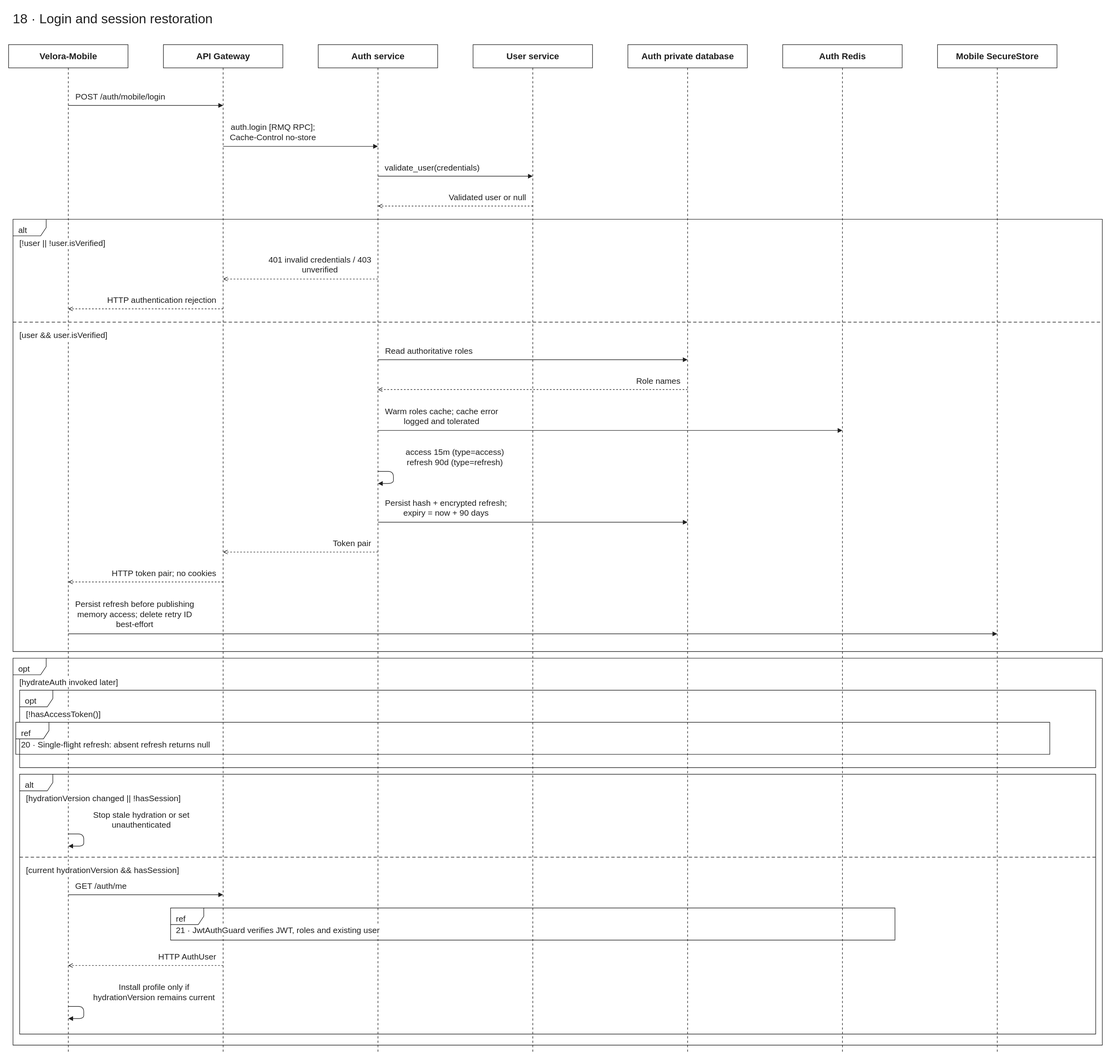
HieuCuteDangYeu/velora-backend keeps this draw.io diagram as docs/diagrams/velora-current/importable-svg/18-auth-login.drawio.svg. Above is the earlier version. Source tidied: cells renumbered, new cells last; positions are measured from the earlier drawing's top-left corner, leaving out a move shared by most shapes.
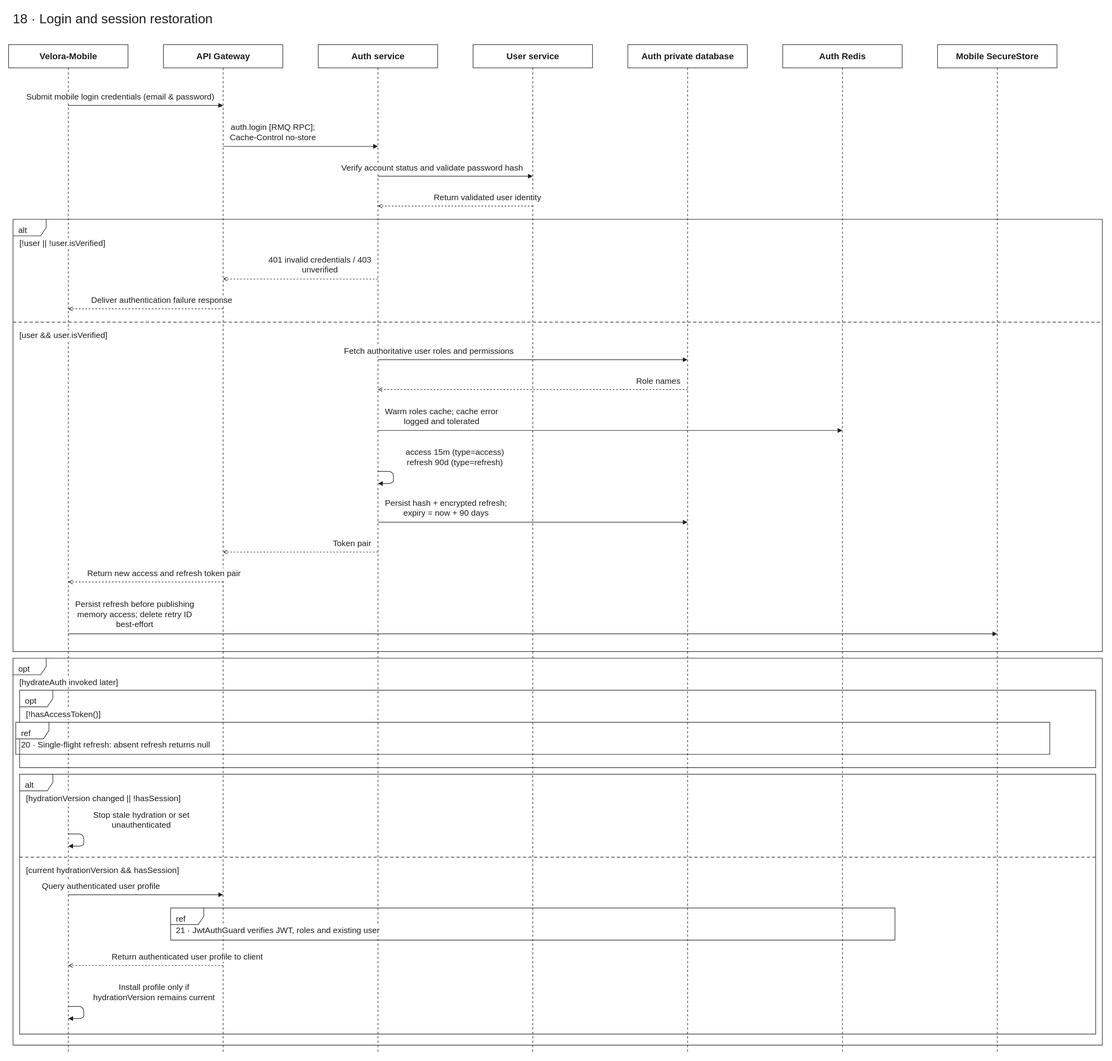
Later version of the same file.

The edit, as a diff of the source:
```diff
@@ -89,25 +89,25 @@
         <mxPoint x="1788" y="1887" as="targetPoint" />
       </mxGeometry>
     </mxCell>
-    <mxCell id="22" value="POST /auth/mobile/login" style="html=1;strokeColor=light-dark(#202020,#eeeeee);strokeWidth=1;fontColor=light-dark(#202020,#eeeeee);fontSize=15;labelBackgroundColor=light-dark(#ffffff,#181818);labelBorderColor=none;spacing=0;align=center;verticalAlign=middle;endArrow=block;endFill=1;labelWidth=171;fontFamily=Arial;" parent="1" edge="1">
+    <mxCell id="22" value="Submit mobile login credentials (email &amp;amp; password)" style="html=1;strokeColor=light-dark(#202020,#eeeeee);strokeWidth=1;fontColor=light-dark(#202020,#eeeeee);fontSize=15;labelBackgroundColor=light-dark(#ffffff,#181818);labelBorderColor=none;spacing=0;align=center;verticalAlign=middle;endArrow=block;endFill=1;labelWidth=171;fontFamily=Arial;" parent="1" edge="1">
       <mxGeometry x="-0.33" y="16" relative="1" as="geometry">
         <mxPoint x="108" y="175" as="sourcePoint" />
         <mxPoint x="388" y="175" as="targetPoint" />
       </mxGeometry>
     </mxCell>
-    <mxCell id="23" value="auth.login [RMQ RPC];&lt;br&gt;Cache-Control no-store" style="html=1;strokeColor=light-dark(#202020,#eeeeee);strokeWidth=1;fontColor=light-dark(#202020,#eeeeee);fontSize=15;labelBackgroundColor=light-dark(#ffffff,#181818);labelBorderColor=none;spacing=0;align=center;verticalAlign=middle;endArrow=block;endFill=1;labelWidth=164;fontFamily=Arial;" parent="1" edge="1">
+    <mxCell id="23" value="Authenticate user credentials via RabbitMQ" style="html=1;strokeColor=light-dark(#202020,#eeeeee);strokeWidth=1;fontColor=light-dark(#202020,#eeeeee);fontSize=15;labelBackgroundColor=light-dark(#ffffff,#181818);labelBorderColor=none;spacing=0;align=center;verticalAlign=middle;endArrow=block;endFill=1;labelWidth=164;fontFamily=Arial;" parent="1" edge="1">
       <mxGeometry x="-0.36" y="26" relative="1" as="geometry">
         <mxPoint x="388" y="249" as="sourcePoint" />
         <mxPoint x="668" y="249" as="targetPoint" />
       </mxGeometry>
     </mxCell>
-    <mxCell id="24" value="validate_user(credentials)" style="html=1;strokeColor=light-dark(#202020,#eeeeee);strokeWidth=1;fontColor=light-dark(#202020,#eeeeee);fontSize=15;labelBackgroundColor=light-dark(#ffffff,#181818);labelBorderColor=none;spacing=0;align=center;verticalAlign=middle;endArrow=block;endFill=1;labelWidth=180;fontFamily=Arial;" parent="1" edge="1">
+    <mxCell id="24" value="Verify account status and validate password hash" style="html=1;strokeColor=light-dark(#202020,#eeeeee);strokeWidth=1;fontColor=light-dark(#202020,#eeeeee);fontSize=15;labelBackgroundColor=light-dark(#ffffff,#181818);labelBorderColor=none;spacing=0;align=center;verticalAlign=middle;endArrow=block;endFill=1;labelWidth=180;fontFamily=Arial;" parent="1" edge="1">
       <mxGeometry x="-0.3" y="16" relative="1" as="geometry">
         <mxPoint x="668" y="303" as="sourcePoint" />
         <mxPoint x="948" y="303" as="targetPoint" />
       </mxGeometry>
     </mxCell>
-    <mxCell id="25" value="Validated user or null" style="html=1;strokeColor=light-dark(#202020,#eeeeee);strokeWidth=1;fontColor=light-dark(#202020,#eeeeee);fontSize=15;labelBackgroundColor=light-dark(#ffffff,#181818);labelBorderColor=none;spacing=0;align=center;verticalAlign=middle;endArrow=open;endFill=0;dashed=1;labelWidth=148;fontFamily=Arial;" parent="1" edge="1">
+    <mxCell id="25" value="Return validated user identity" style="html=1;strokeColor=light-dark(#202020,#eeeeee);strokeWidth=1;fontColor=light-dark(#202020,#eeeeee);fontSize=15;labelBackgroundColor=light-dark(#ffffff,#181818);labelBorderColor=none;spacing=0;align=center;verticalAlign=middle;endArrow=open;endFill=0;dashed=1;labelWidth=148;fontFamily=Arial;" parent="1" edge="1">
       <mxGeometry x="-0.41" y="-16" relative="1" as="geometry">
         <mxPoint x="948" y="357" as="sourcePoint" />
         <mxPoint x="668" y="357" as="targetPoint" />
@@ -116,13 +116,13 @@
     <mxCell id="26" value="[!user || !user.isVerified]" style="text;html=1;whiteSpace=wrap;fontSize=15;align=left;verticalAlign=top;spacing=0;fontColor=light-dark(#202020,#eeeeee);fillColor=none;labelBackgroundColor=light-dark(#ffffff,#181818);strokeColor=none;fontFamily=Arial;" parent="1" vertex="1">
       <mxGeometry x="20" y="411" width="160" height="22" as="geometry" />
     </mxCell>
-    <mxCell id="27" value="401 invalid credentials / 403&lt;br&gt;unverified" style="html=1;strokeColor=light-dark(#202020,#eeeeee);strokeWidth=1;fontColor=light-dark(#202020,#eeeeee);fontSize=15;labelBackgroundColor=light-dark(#ffffff,#181818);labelBorderColor=none;spacing=0;align=center;verticalAlign=middle;endArrow=open;endFill=0;dashed=1;labelWidth=194;fontFamily=Arial;" parent="1" edge="1">
+    <mxCell id="27" value="Reject invalid credentials or unverified account" style="html=1;strokeColor=light-dark(#202020,#eeeeee);strokeWidth=1;fontColor=light-dark(#202020,#eeeeee);fontSize=15;labelBackgroundColor=light-dark(#ffffff,#181818);labelBorderColor=none;spacing=0;align=center;verticalAlign=middle;endArrow=open;endFill=0;dashed=1;labelWidth=194;fontFamily=Arial;" parent="1" edge="1">
       <mxGeometry x="-0.25" y="-26" relative="1" as="geometry">
         <mxPoint x="668" y="489" as="sourcePoint" />
         <mxPoint x="388" y="489" as="targetPoint" />
       </mxGeometry>
     </mxCell>
-    <mxCell id="28" value="HTTP authentication rejection" style="html=1;strokeColor=light-dark(#202020,#eeeeee);strokeWidth=1;fontColor=light-dark(#202020,#eeeeee);fontSize=15;labelBackgroundColor=light-dark(#ffffff,#181818);labelBorderColor=none;spacing=0;align=center;verticalAlign=middle;endArrow=open;endFill=0;dashed=1;labelWidth=206;fontFamily=Arial;" parent="1" edge="1">
+    <mxCell id="28" value="Deliver authentication failure response" style="html=1;strokeColor=light-dark(#202020,#eeeeee);strokeWidth=1;fontColor=light-dark(#202020,#eeeeee);fontSize=15;labelBackgroundColor=light-dark(#ffffff,#181818);labelBorderColor=none;spacing=0;align=center;verticalAlign=middle;endArrow=open;endFill=0;dashed=1;labelWidth=206;fontFamily=Arial;" parent="1" edge="1">
       <mxGeometry x="-0.21" y="-16" relative="1" as="geometry">
         <mxPoint x="388" y="543" as="sourcePoint" />
         <mxPoint x="108" y="543" as="targetPoint" />
@@ -131,7 +131,7 @@
     <mxCell id="29" value="[user &amp;amp;&amp;amp; user.isVerified]" style="text;html=1;whiteSpace=wrap;fontSize=15;align=left;verticalAlign=top;spacing=0;fontColor=light-dark(#202020,#eeeeee);fillColor=none;labelBackgroundColor=light-dark(#ffffff,#181818);strokeColor=none;fontFamily=Arial;" parent="1" vertex="1">
       <mxGeometry x="20" y="577" width="164" height="22" as="geometry" />
     </mxCell>
-    <mxCell id="30" value="Read authoritative roles" style="html=1;strokeColor=light-dark(#202020,#eeeeee);strokeWidth=1;fontColor=light-dark(#202020,#eeeeee);fontSize=15;labelBackgroundColor=light-dark(#ffffff,#181818);labelBorderColor=none;spacing=0;align=center;verticalAlign=middle;endArrow=block;endFill=1;labelWidth=167;fontFamily=Arial;" parent="1" edge="1">
+    <mxCell id="30" value="Fetch authoritative user roles and permissions" style="html=1;strokeColor=light-dark(#202020,#eeeeee);strokeWidth=1;fontColor=light-dark(#202020,#eeeeee);fontSize=15;labelBackgroundColor=light-dark(#ffffff,#181818);labelBorderColor=none;spacing=0;align=center;verticalAlign=middle;endArrow=block;endFill=1;labelWidth=167;fontFamily=Arial;" parent="1" edge="1">
       <mxGeometry x="-0.67" y="16" relative="1" as="geometry">
         <mxPoint x="668" y="635" as="sourcePoint" />
         <mxPoint x="1228" y="635" as="targetPoint" />
@@ -149,18 +149,14 @@
         <mxPoint x="1508" y="763" as="targetPoint" />
       </mxGeometry>
     </mxCell>
-    <mxCell id="33" value="access 15m (type=access);&lt;br&gt;refresh 90d (type=refresh)" style="html=1;strokeColor=light-dark(#202020,#eeeeee);strokeWidth=1;fontColor=light-dark(#202020,#eeeeee);fontSize=15;labelBackgroundColor=light-dark(#ffffff,#181818);labelBorderColor=none;spacing=0;align=center;verticalAlign=middle;endArrow=block;endFill=1;labelWidth=198;fontFamily=Arial;" parent="1" edge="1">
+    <mxCell id="33" value="access 15m (type=access);&lt;br&gt;refresh 90d (type=refresh)" style="html=1;strokeColor=light-dark(#202020,#eeeeee);strokeWidth=1;fontColor=light-dark(#202020,#eeeeee);fontSize=15;labelBackgroundColor=light-dark(#ffffff,#181818);labelBorderColor=none;spacing=0;align=center;verticalAlign=middle;endArrow=block;endFill=1;labelWidth=198;fontFamily=Arial;edgeStyle=orthogonalEdgeStyle;curved=0;rounded=0;orthogonalLoop=1;jettySize=auto;labelBackgroundColor=#ffffff;labelWidth=240;whiteSpace=wrap;align=left;" parent="1" edge="1">
       <mxGeometry x="-1" relative="1" as="geometry">
         <mxPoint x="668" y="837" as="sourcePoint" />
-        <mxPoint x="668" y="859" as="targetPoint" />
-        <Array as="points">
-          <mxPoint x="696" y="837" />
-          <mxPoint x="696" y="859" />
-        </Array>
-        <mxPoint x="139" y="-26" as="offset" />
+        <mxPoint x="668" y="865" as="targetPoint" />
+        <mxPoint x="10" y="-10" as="offset" />
       </mxGeometry>
     </mxCell>
-    <mxCell id="34" value="Persist hash + encrypted refresh;&lt;br&gt;expiry = now + 90 days" style="html=1;strokeColor=light-dark(#202020,#eeeeee);strokeWidth=1;fontColor=light-dark(#202020,#eeeeee);fontSize=15;labelBackgroundColor=light-dark(#ffffff,#181818);labelBorderColor=none;spacing=0;align=center;verticalAlign=middle;endArrow=block;endFill=1;labelWidth=229;fontFamily=Arial;" parent="1" edge="1">
+    <mxCell id="34" value="Store encrypted refresh token session (90-day expiry)" style="html=1;strokeColor=light-dark(#202020,#eeeeee);strokeWidth=1;fontColor=light-dark(#202020,#eeeeee);fontSize=15;labelBackgroundColor=light-dark(#ffffff,#181818);labelBorderColor=none;spacing=0;align=center;verticalAlign=middle;endArrow=block;endFill=1;labelWidth=229;fontFamily=Arial;" parent="1" edge="1">
       <mxGeometry x="-0.56" y="26" relative="1" as="geometry">
         <mxPoint x="668" y="929" as="sourcePoint" />
         <mxPoint x="1228" y="929" as="targetPoint" />
@@ -172,13 +168,13 @@
         <mxPoint x="388" y="983" as="targetPoint" />
       </mxGeometry>
     </mxCell>
-    <mxCell id="36" value="HTTP token pair; no cookies" style="html=1;strokeColor=light-dark(#202020,#eeeeee);strokeWidth=1;fontColor=light-dark(#202020,#eeeeee);fontSize=15;labelBackgroundColor=light-dark(#ffffff,#181818);labelBorderColor=none;spacing=0;align=center;verticalAlign=middle;endArrow=open;endFill=0;dashed=1;labelWidth=198;fontFamily=Arial;" parent="1" edge="1">
+    <mxCell id="36" value="Return new access and refresh token pair" style="html=1;strokeColor=light-dark(#202020,#eeeeee);strokeWidth=1;fontColor=light-dark(#202020,#eeeeee);fontSize=15;labelBackgroundColor=light-dark(#ffffff,#181818);labelBorderColor=none;spacing=0;align=center;verticalAlign=middle;endArrow=open;endFill=0;dashed=1;labelWidth=198;fontFamily=Arial;" parent="1" edge="1">
       <mxGeometry x="-0.24" y="-16" relative="1" as="geometry">
         <mxPoint x="388" y="1037" as="sourcePoint" />
         <mxPoint x="108" y="1037" as="targetPoint" />
       </mxGeometry>
     </mxCell>
-    <mxCell id="37" value="Persist refresh before publishing&lt;br&gt;memory access; delete retry ID&lt;br&gt;best-effort" style="html=1;strokeColor=light-dark(#202020,#eeeeee);strokeWidth=1;fontColor=light-dark(#202020,#eeeeee);fontSize=15;labelBackgroundColor=light-dark(#ffffff,#181818);labelBorderColor=none;spacing=0;align=center;verticalAlign=middle;endArrow=block;endFill=1;labelWidth=224;fontFamily=Arial;" parent="1" edge="1">
+    <mxCell id="37" value="Securely store refresh token and clear&lt;br&gt;temporary retry identifier" style="html=1;strokeColor=light-dark(#202020,#eeeeee);strokeWidth=1;fontColor=light-dark(#202020,#eeeeee);fontSize=15;labelBackgroundColor=light-dark(#ffffff,#181818);labelBorderColor=none;spacing=0;align=center;verticalAlign=middle;endArrow=block;endFill=1;labelWidth=224;fontFamily=Arial;" parent="1" edge="1">
       <mxGeometry x="-0.86" y="36" relative="1" as="geometry">
         <mxPoint x="108" y="1131" as="sourcePoint" />
         <mxPoint x="1788" y="1131" as="targetPoint" />
@@ -199,21 +195,17 @@
     <mxCell id="42" value="[hydrationVersion changed || !hasSession]" style="text;html=1;whiteSpace=wrap;fontSize=15;align=left;verticalAlign=top;spacing=0;fontColor=light-dark(#202020,#eeeeee);fillColor=none;labelBackgroundColor=light-dark(#ffffff,#181818);strokeColor=none;fontFamily=Arial;" parent="1" vertex="1">
       <mxGeometry x="32" y="1415" width="284" height="22" as="geometry" />
     </mxCell>
-    <mxCell id="43" value="Stop stale hydration or set&lt;br&gt;unauthenticated" style="html=1;strokeColor=light-dark(#202020,#eeeeee);strokeWidth=1;fontColor=light-dark(#202020,#eeeeee);fontSize=15;labelBackgroundColor=light-dark(#ffffff,#181818);labelBorderColor=none;spacing=0;align=center;verticalAlign=middle;endArrow=block;endFill=1;labelWidth=183;fontFamily=Arial;" parent="1" edge="1">
+    <mxCell id="43" value="Stop stale hydration or set&lt;br&gt;unauthenticated" style="html=1;strokeColor=light-dark(#202020,#eeeeee);strokeWidth=1;fontColor=light-dark(#202020,#eeeeee);fontSize=15;labelBackgroundColor=light-dark(#ffffff,#181818);labelBorderColor=none;spacing=0;align=center;verticalAlign=middle;endArrow=block;endFill=1;labelWidth=183;fontFamily=Arial;edgeStyle=orthogonalEdgeStyle;curved=0;rounded=0;orthogonalLoop=1;jettySize=auto;labelBackgroundColor=#ffffff;labelWidth=240;whiteSpace=wrap;align=left;" parent="1" edge="1">
       <mxGeometry x="-1" relative="1" as="geometry">
         <mxPoint x="108" y="1493" as="sourcePoint" />
-        <mxPoint x="108" y="1515" as="targetPoint" />
-        <Array as="points">
-          <mxPoint x="136" y="1493" />
-          <mxPoint x="136" y="1515" />
-        </Array>
-        <mxPoint x="131.5" y="-26" as="offset" />
+        <mxPoint x="108" y="1521" as="targetPoint" />
+        <mxPoint x="10" y="-10" as="offset" />
       </mxGeometry>
     </mxCell>
     <mxCell id="44" value="[current hydrationVersion &amp;amp;&amp;amp; hasSession]" style="text;html=1;whiteSpace=wrap;fontSize=15;align=left;verticalAlign=top;spacing=0;fontColor=light-dark(#202020,#eeeeee);fillColor=none;labelBackgroundColor=light-dark(#ffffff,#181818);strokeColor=none;fontFamily=Arial;" parent="1" vertex="1">
       <mxGeometry x="32" y="1545" width="281" height="22" as="geometry" />
     </mxCell>
-    <mxCell id="45" value="GET /auth/me" style="html=1;strokeColor=light-dark(#202020,#eeeeee);strokeWidth=1;fontColor=light-dark(#202020,#eeeeee);fontSize=15;labelBackgroundColor=light-dark(#ffffff,#181818);labelBorderColor=none;spacing=0;align=center;verticalAlign=middle;endArrow=block;endFill=1;labelWidth=102;fontFamily=Arial;" parent="1" edge="1">
+    <mxCell id="45" value="Query authenticated user profile" style="html=1;strokeColor=light-dark(#202020,#eeeeee);strokeWidth=1;fontColor=light-dark(#202020,#eeeeee);fontSize=15;labelBackgroundColor=light-dark(#ffffff,#181818);labelBorderColor=none;spacing=0;align=center;verticalAlign=middle;endArrow=block;endFill=1;labelWidth=102;fontFamily=Arial;" parent="1" edge="1">
       <mxGeometry x="-0.58" y="16" relative="1" as="geometry">
         <mxPoint x="108" y="1603" as="sourcePoint" />
         <mxPoint x="388" y="1603" as="targetPoint" />
@@ -225,21 +217,17 @@
     <mxCell id="47" value="21 · JwtAuthGuard verifies JWT, roles and existing user" style="text;html=1;whiteSpace=wrap;fontSize=15;align=left;verticalAlign=top;spacing=0;fontColor=light-dark(#202020,#eeeeee);fillColor=none;labelBackgroundColor=light-dark(#ffffff,#181818);strokeColor=none;fontFamily=Arial;" parent="1" vertex="1">
       <mxGeometry x="303" y="1654" width="1290" height="22" as="geometry" />
     </mxCell>
-    <mxCell id="48" value="HTTP AuthUser" style="html=1;strokeColor=light-dark(#202020,#eeeeee);strokeWidth=1;fontColor=light-dark(#202020,#eeeeee);fontSize=15;labelBackgroundColor=light-dark(#ffffff,#181818);labelBorderColor=none;spacing=0;align=center;verticalAlign=middle;endArrow=open;endFill=0;dashed=1;labelWidth=114;fontFamily=Arial;" parent="1" edge="1">
+    <mxCell id="48" value="Return authenticated user profile to client" style="html=1;strokeColor=light-dark(#202020,#eeeeee);strokeWidth=1;fontColor=light-dark(#202020,#eeeeee);fontSize=15;labelBackgroundColor=light-dark(#ffffff,#181818);labelBorderColor=none;spacing=0;align=center;verticalAlign=middle;endArrow=open;endFill=0;dashed=1;labelWidth=114;fontFamily=Arial;" parent="1" edge="1">
       <mxGeometry x="-0.54" y="-16" relative="1" as="geometry">
         <mxPoint x="388" y="1731" as="sourcePoint" />
         <mxPoint x="108" y="1731" as="targetPoint" />
       </mxGeometry>
     </mxCell>
-    <mxCell id="49" value="Install profile only if&lt;br&gt;hydrationVersion remains current" style="html=1;strokeColor=light-dark(#202020,#eeeeee);strokeWidth=1;fontColor=light-dark(#202020,#eeeeee);fontSize=15;labelBackgroundColor=light-dark(#ffffff,#181818);labelBorderColor=none;spacing=0;align=center;verticalAlign=middle;endArrow=block;endFill=1;labelWidth=229;fontFamily=Arial;" parent="1" edge="1">
+    <mxCell id="49" value="Update active profile if cache hydration version matches" style="html=1;strokeColor=light-dark(#202020,#eeeeee);strokeWidth=1;fontColor=light-dark(#202020,#eeeeee);fontSize=15;labelBackgroundColor=light-dark(#ffffff,#181818);labelBorderColor=none;spacing=0;align=center;verticalAlign=middle;endArrow=block;endFill=1;labelWidth=229;fontFamily=Arial;edgeStyle=orthogonalEdgeStyle;curved=0;rounded=0;orthogonalLoop=1;jettySize=auto;labelBackgroundColor=#ffffff;labelWidth=240;whiteSpace=wrap;align=left;" parent="1" edge="1">
       <mxGeometry x="-1" relative="1" as="geometry">
         <mxPoint x="108" y="1805" as="sourcePoint" />
-        <mxPoint x="108" y="1827" as="targetPoint" />
-        <Array as="points">
-          <mxPoint x="136" y="1805" />
-          <mxPoint x="136" y="1827" />
-        </Array>
-        <mxPoint x="154.5" y="-26" as="offset" />
+        <mxPoint x="108" y="1833" as="targetPoint" />
+        <mxPoint x="10" y="-10" as="offset" />
       </mxGeometry>
     </mxCell>
     <mxCell id="50" value="18 · Login and session restoration" style="text;html=1;whiteSpace=wrap;align=left;verticalAlign=top;spacing=0;fontFamily=Arial;fontSize=24;fontColor=light-dark(#202020,#eeeeee);fillColor=none;strokeColor=none;" parent="1" vertex="1">
```
